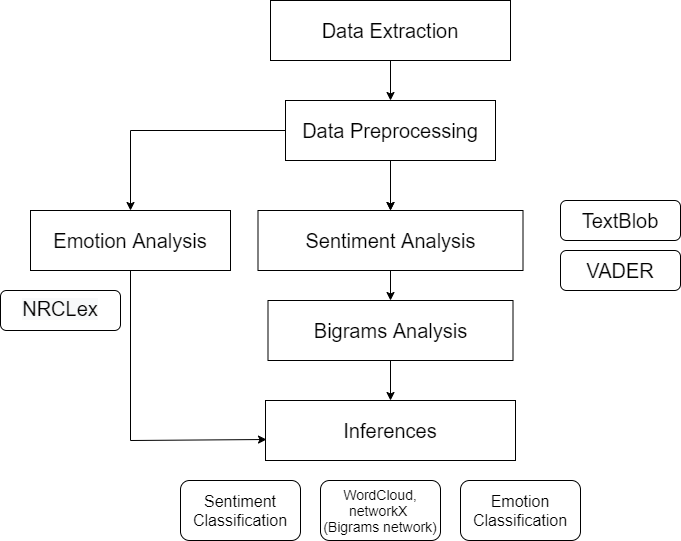
Before: Images/Flowcharts/Overall workflow.png, a diagram exported from draw.io (iamajitsingh/CovidVaccine-AnalyzingPublicOpinion). Source tidied: cells renumbered, new cells last; positions are measured from the earlier drawing's top-left corner, leaving out a move shared by most shapes.
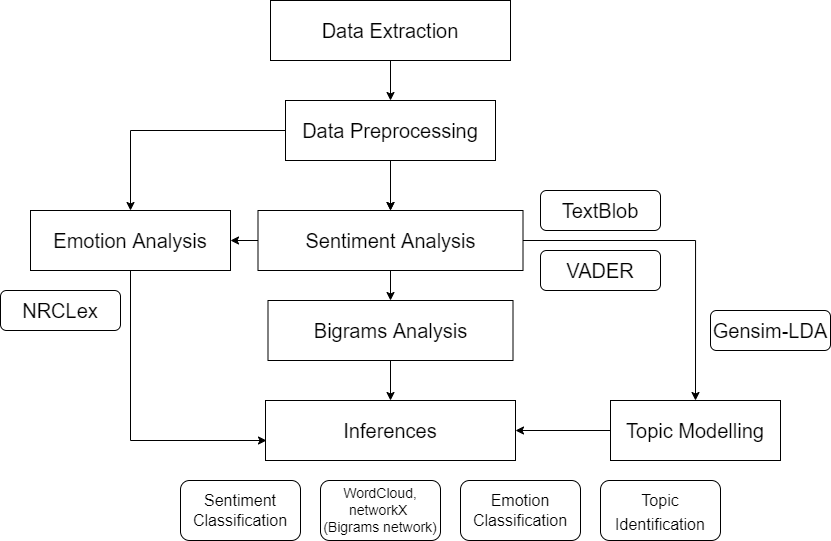
The same file after the commit.

The edit, as a diff of the source:
```diff
@@ -23,6 +23,12 @@
     <mxCell id="8" style="edgeStyle=orthogonalEdgeStyle;rounded=0;jettySize=auto;html=1;fontSize=20;" parent="1" edge="1" source="9" target="11">
       <mxGeometry relative="1" as="geometry" />
     </mxCell>
+    <mxCell id="21" style="edgeStyle=orthogonalEdgeStyle;rounded=0;jettySize=auto;html=1;" parent="1" edge="1" source="9" target="16">
+      <mxGeometry relative="1" as="geometry" />
+    </mxCell>
+    <mxCell id="22" style="edgeStyle=orthogonalEdgeStyle;rounded=0;jettySize=auto;html=1;entryX=0.5;entryY=0;entryDx=0;entryDy=0;fontSize=20;" parent="1" edge="1" source="9" target="24">
+      <mxGeometry relative="1" as="geometry" />
+    </mxCell>
     <mxCell id="9" value="Sentiment Analysis" style="rounded=0;whiteSpace=wrap;html=1;fontSize=20;" parent="1" vertex="1">
       <mxGeometry x="257.5" y="210" width="265" height="60" as="geometry" />
     </mxCell>
@@ -36,10 +42,10 @@
       <mxGeometry x="265" y="400" width="250" height="60" as="geometry" />
     </mxCell>
     <mxCell id="13" value="&lt;span style=&quot;font-size: 20px&quot;&gt;TextBlob&lt;/span&gt;" style="rounded=1;whiteSpace=wrap;html=1;" parent="1" vertex="1">
-      <mxGeometry x="560" y="200" width="120" height="40" as="geometry" />
+      <mxGeometry x="540" y="190" width="120" height="40" as="geometry" />
     </mxCell>
     <mxCell id="14" value="&lt;span style=&quot;font-size: 20px&quot;&gt;VADER&lt;/span&gt;" style="rounded=1;whiteSpace=wrap;html=1;" parent="1" vertex="1">
-      <mxGeometry x="560" y="250" width="120" height="40" as="geometry" />
+      <mxGeometry x="540" y="250" width="120" height="40" as="geometry" />
     </mxCell>
     <mxCell id="15" style="edgeStyle=orthogonalEdgeStyle;rounded=0;jettySize=auto;html=1;entryX=0.004;entryY=0.65;entryDx=0;entryDy=0;entryPerimeter=0;" parent="1" edge="1" source="16" target="12">
       <mxGeometry relative="1" as="geometry">
@@ -51,7 +57,7 @@
     <mxCell id="16" value="&lt;span style=&quot;font-size: 20px&quot;&gt;Emotion Analysis&lt;/span&gt;" style="rounded=0;whiteSpace=wrap;html=1;" parent="1" vertex="1">
       <mxGeometry x="30" y="210" width="200" height="60" as="geometry" />
     </mxCell>
-    <mxCell id="17" value="&lt;div style=&quot;background-color: rgb(255 , 255 , 254) ; font-family: monospace , &amp;#34;consolas&amp;#34; , &amp;#34;courier new&amp;#34; , monospace ; font-size: 14px ; line-height: 19px&quot;&gt;&lt;span style=&quot;font-family: &amp;#34;helvetica&amp;#34; ; font-size: 20px ; background-color: rgb(248 , 249 , 250)&quot;&gt;NRCLex&lt;/span&gt;&lt;br&gt;&lt;/div&gt;" style="rounded=1;whiteSpace=wrap;html=1;" parent="1" vertex="1">
+    <mxCell id="17" value="&lt;span style=&quot;font-size: 20px&quot;&gt;NRCLex&lt;/span&gt;" style="rounded=1;whiteSpace=wrap;html=1;" parent="1" vertex="1">
       <mxGeometry y="290" width="120" height="40" as="geometry" />
     </mxCell>
     <mxCell id="18" value="&lt;div style=&quot;font-size: 14px&quot;&gt;&lt;font face=&quot;helvetica&quot; style=&quot;font-size: 14px&quot;&gt;WordCloud,&lt;/font&gt;&lt;/div&gt;&lt;div style=&quot;font-size: 14px&quot;&gt;&lt;font face=&quot;helvetica&quot; style=&quot;font-size: 14px&quot;&gt;networkX&amp;nbsp;&lt;/font&gt;&lt;/div&gt;&lt;div style=&quot;font-size: 14px&quot;&gt;&lt;font face=&quot;helvetica&quot; style=&quot;font-size: 14px&quot;&gt;(Bigrams network)&lt;/font&gt;&lt;/div&gt;" style="rounded=1;whiteSpace=wrap;html=1;align=center;" parent="1" vertex="1">
@@ -63,5 +69,17 @@
     <mxCell id="20" value="&lt;span style=&quot;font-size: 16px ; font-family: &amp;#34;helvetica&amp;#34; ; text-align: left&quot;&gt;Sentiment Classification&lt;/span&gt;" style="rounded=1;whiteSpace=wrap;html=1;" parent="1" vertex="1">
       <mxGeometry x="180" y="480" width="120" height="60" as="geometry" />
     </mxCell>
+    <mxCell id="23" style="edgeStyle=orthogonalEdgeStyle;rounded=0;jettySize=auto;html=1;fontSize=20;" parent="1" edge="1" source="24" target="12">
+      <mxGeometry relative="1" as="geometry" />
+    </mxCell>
+    <mxCell id="24" value="&lt;font style=&quot;font-size: 20px&quot;&gt;Topic Modelling&lt;/font&gt;" style="rounded=0;whiteSpace=wrap;html=1;" parent="1" vertex="1">
+      <mxGeometry x="610" y="400" width="170" height="60" as="geometry" />
+    </mxCell>
+    <mxCell id="25" value="&lt;span style=&quot;font-size: 20px&quot;&gt;Gensim-LDA&lt;/span&gt;" style="rounded=1;whiteSpace=wrap;html=1;" parent="1" vertex="1">
+      <mxGeometry x="710" y="310" width="120" height="40" as="geometry" />
+    </mxCell>
+    <mxCell id="26" value="&lt;span style=&quot;font-family: &amp;#34;helvetica&amp;#34; ; font-size: 16px ; text-align: left&quot;&gt;Topic&lt;br&gt;Identification&lt;/span&gt;" style="rounded=1;whiteSpace=wrap;html=1;fontSize=20;" parent="1" vertex="1">
+      <mxGeometry x="600" y="480" width="120" height="60" as="geometry" />
+    </mxCell>
   </root>
 </mxGraphModel>
```
